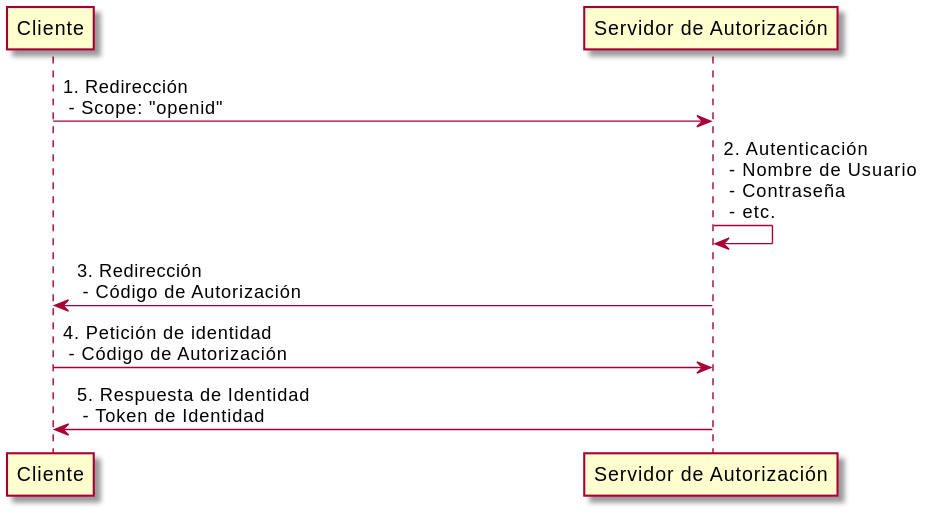
The PlantUML diagram oidc.svg in jorsj/tgr, before a commit. Its diagram source:
```plantuml
@startuml
Cliente -> "Servidor de Autorización":   1. Redirección \n - Scope: "openid"

"Servidor de Autorización" -> "Servidor de Autorización":   2. Autenticación \n - Nombre de Usuario \n - Contraseña \n - etc.

"Servidor de Autorización" -> Cliente:   3. Redirección \n - Código de Autorización

Cliente -> "Servidor de Autorización":   4. Petición de identidad \n - Código de Autorización

"Servidor de Autorización" -> Cliente:   5. Respuesta de Identidad \n - Token de Identidad   \t\t\t\t\t\t\t\t\t\t
@enduml
```
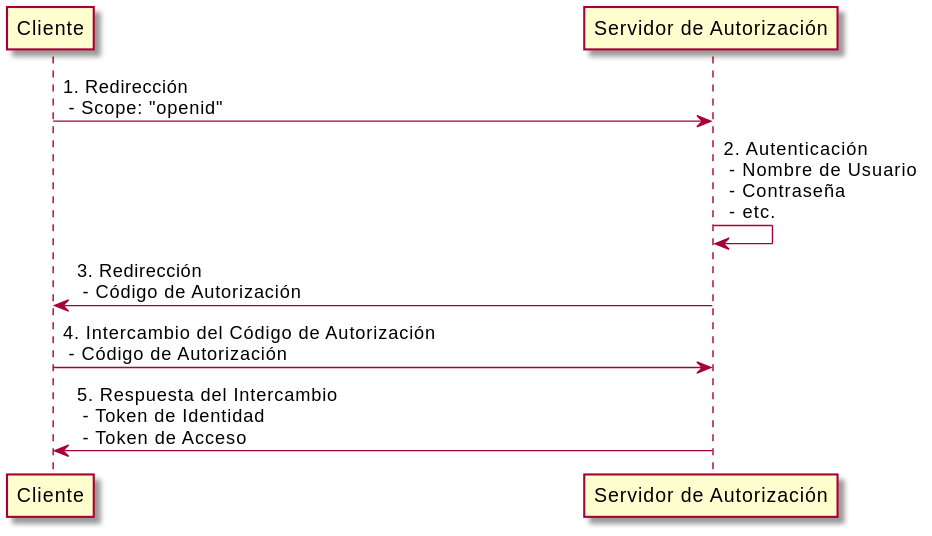
The same diagram one commit later.

Diff of the diagram source:
```diff
@@ -5,7 +5,7 @@
 
 "Servidor de Autorización" -> Cliente:   3. Redirección \n - Código de Autorización
 
-Cliente -> "Servidor de Autorización":   4. Petición de identidad \n - Código de Autorización
+Cliente -> "Servidor de Autorización":   4. Intercambio del Código de Autorización \n - Código de Autorización
 
-"Servidor de Autorización" -> Cliente:   5. Respuesta de Identidad \n - Token de Identidad   \t\t\t\t\t\t\t\t\t\t
+"Servidor de Autorización" -> Cliente:   5. Respuesta del Intercambio \n - Token de Identidad \n - Token de Acceso   \t\t\t\t\t\t\t\t\t\t
 @enduml
```
